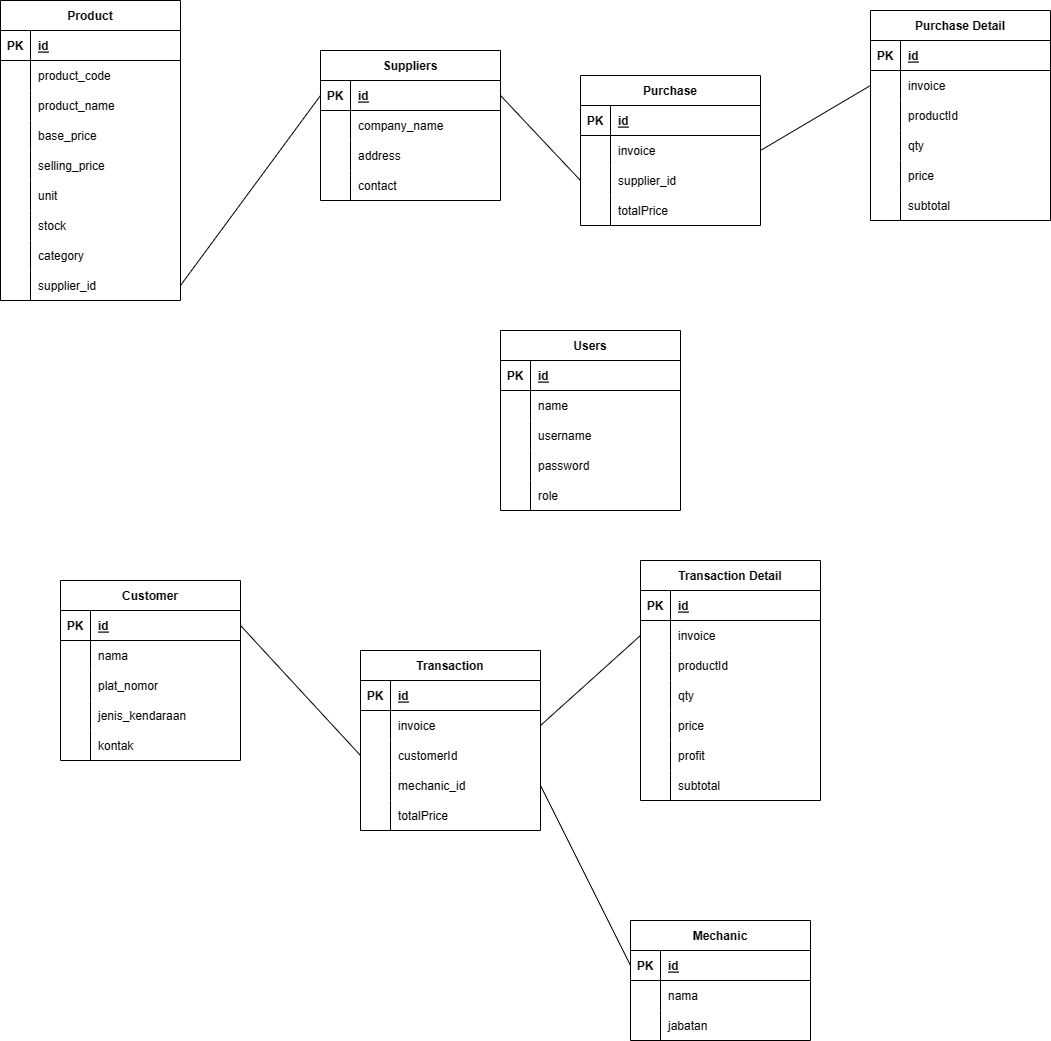
tattadv97/project-bengkel keeps this draw.io diagram as DESIGN/Diagram/Class/Class.drawio.png. Above is the earlier version. Source tidied: cells renumbered, new cells last; positions are measured from the earlier drawing's top-left corner, leaving out a move shared by most shapes.
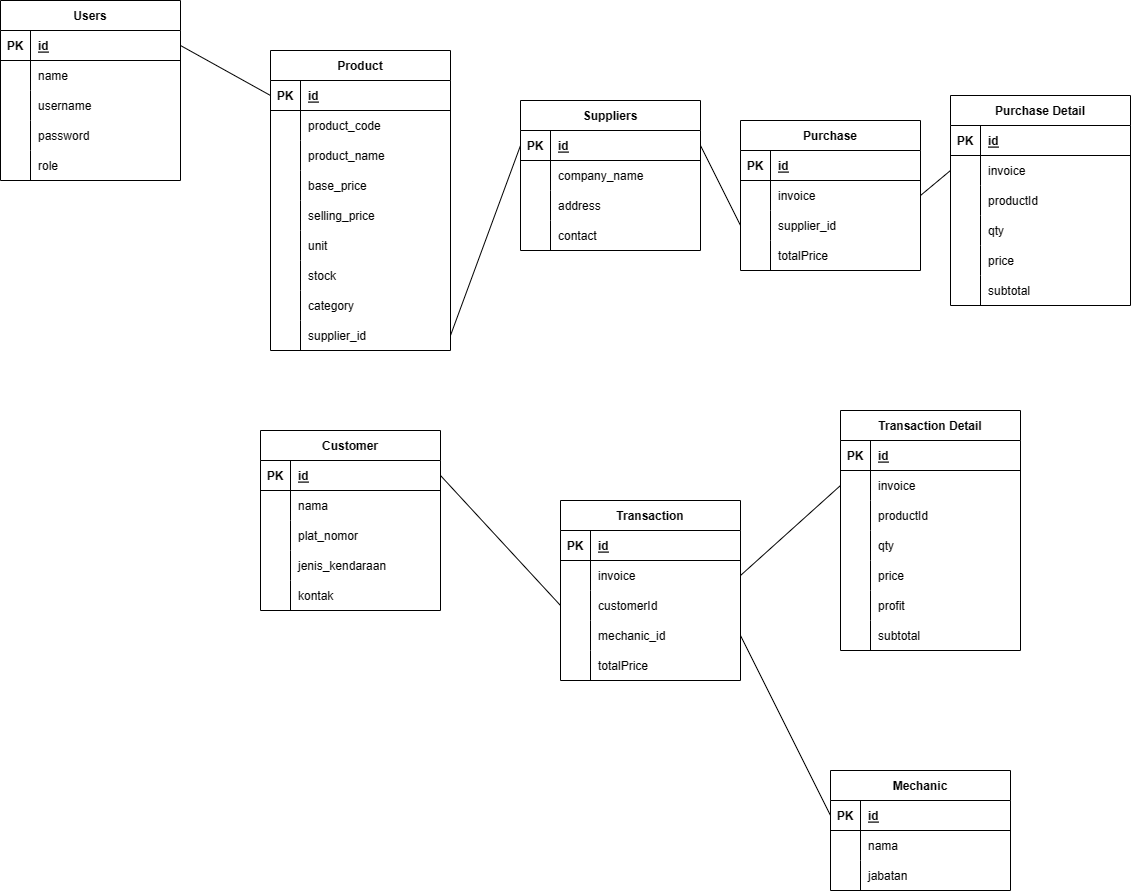
After the change.

Change to the diagram source:
```diff
@@ -3,7 +3,7 @@
     <mxCell id="0" />
     <mxCell id="1" parent="0" />
     <mxCell id="2" value="Users" style="shape=table;startSize=30;rowLines=0;fontStyle=1;align=center;" parent="1" vertex="1">
-      <mxGeometry x="500" y="330" width="180" height="180" as="geometry" />
+      <mxGeometry x="-200" y="150" width="180" height="180" as="geometry" />
     </mxCell>
     <mxCell id="3" style="shape=tableRow;horizontal=0;startSize=0;swimlaneHead=0;swimlaneBody=0;fillColor=none;points=[[0,0.5],[1,0.5]];portConstraint=eastwest;top=0;left=0;right=0;bottom=1;" parent="2" vertex="1">
       <mxGeometry y="30" width="180" height="30" as="geometry" />
@@ -165,7 +165,7 @@
       <mxGeometry x="30" width="150" height="30" as="geometry" />
     </mxCell>
     <mxCell id="56" value="Suppliers" style="shape=table;startSize=30;rowLines=0;fontStyle=1;align=center;" parent="1" vertex="1">
-      <mxGeometry x="320" y="50" width="180" height="150" as="geometry" />
+      <mxGeometry x="320" y="250" width="180" height="150" as="geometry" />
     </mxCell>
     <mxCell id="57" style="shape=tableRow;horizontal=0;startSize=0;swimlaneHead=0;swimlaneBody=0;fillColor=none;points=[[0,0.5],[1,0.5]];portConstraint=eastwest;top=0;left=0;right=0;bottom=1;" parent="56" vertex="1">
       <mxGeometry y="30" width="180" height="30" as="geometry" />
@@ -204,7 +204,7 @@
       <mxGeometry x="30" width="150" height="30" as="geometry" />
     </mxCell>
     <mxCell id="69" value="Purchase Detail" style="shape=table;startSize=30;rowLines=0;fontStyle=1;align=center;" parent="1" vertex="1">
-      <mxGeometry x="870" y="10" width="180" height="210" as="geometry" />
+      <mxGeometry x="750" y="245" width="180" height="210" as="geometry" />
     </mxCell>
     <mxCell id="70" style="shape=tableRow;horizontal=0;startSize=0;swimlaneHead=0;swimlaneBody=0;fillColor=none;top=0;left=0;right=0;bottom=1;" parent="69" vertex="1">
       <mxGeometry y="30" width="180" height="30" as="geometry" />
@@ -261,7 +261,7 @@
       <mxGeometry x="30" width="150" height="30" as="geometry" />
     </mxCell>
     <mxCell id="88" value="Purchase" style="shape=table;startSize=30;rowLines=0;fontStyle=1;align=center;" parent="1" vertex="1">
-      <mxGeometry x="580" y="75" width="180" height="150" as="geometry" />
+      <mxGeometry x="540" y="270" width="180" height="150" as="geometry" />
     </mxCell>
     <mxCell id="89" style="shape=tableRow;horizontal=0;startSize=0;swimlaneHead=0;swimlaneBody=0;fillColor=none;top=0;left=0;right=0;bottom=1;" parent="88" vertex="1">
       <mxGeometry y="30" width="180" height="30" as="geometry" />
@@ -300,7 +300,7 @@
       <mxGeometry x="30" width="150" height="30" as="geometry" />
     </mxCell>
     <mxCell id="101" value="Product" style="shape=table;startSize=30;rowLines=0;fontStyle=1;align=center;" parent="1" vertex="1">
-      <mxGeometry width="180" height="300" as="geometry" />
+      <mxGeometry x="70" y="200" width="180" height="300" as="geometry" />
     </mxCell>
     <mxCell id="102" style="shape=tableRow;horizontal=0;startSize=0;swimlaneHead=0;swimlaneBody=0;fillColor=none;points=[[0,0.5],[1,0.5]];portConstraint=eastwest;top=0;left=0;right=0;bottom=1;" parent="101" vertex="1">
       <mxGeometry y="30" width="180" height="30" as="geometry" />
@@ -479,5 +479,8 @@
     <mxCell id="160" style="endArrow=none;html=1;rounded=0;exitX=1;exitY=0.5;exitDx=0;exitDy=0;entryX=0;entryY=0.5;entryDx=0;entryDy=0;" parent="1" edge="1" source="44" target="22">
       <mxGeometry relative="1" as="geometry" />
     </mxCell>
+    <mxCell id="161" style="endArrow=none;html=1;rounded=0;exitX=1;exitY=0.5;exitDx=0;exitDy=0;entryX=0;entryY=0.5;entryDx=0;entryDy=0;" parent="1" edge="1" source="3" target="102">
+      <mxGeometry relative="1" as="geometry" />
+    </mxCell>
   </root>
 </mxGraphModel>
```
